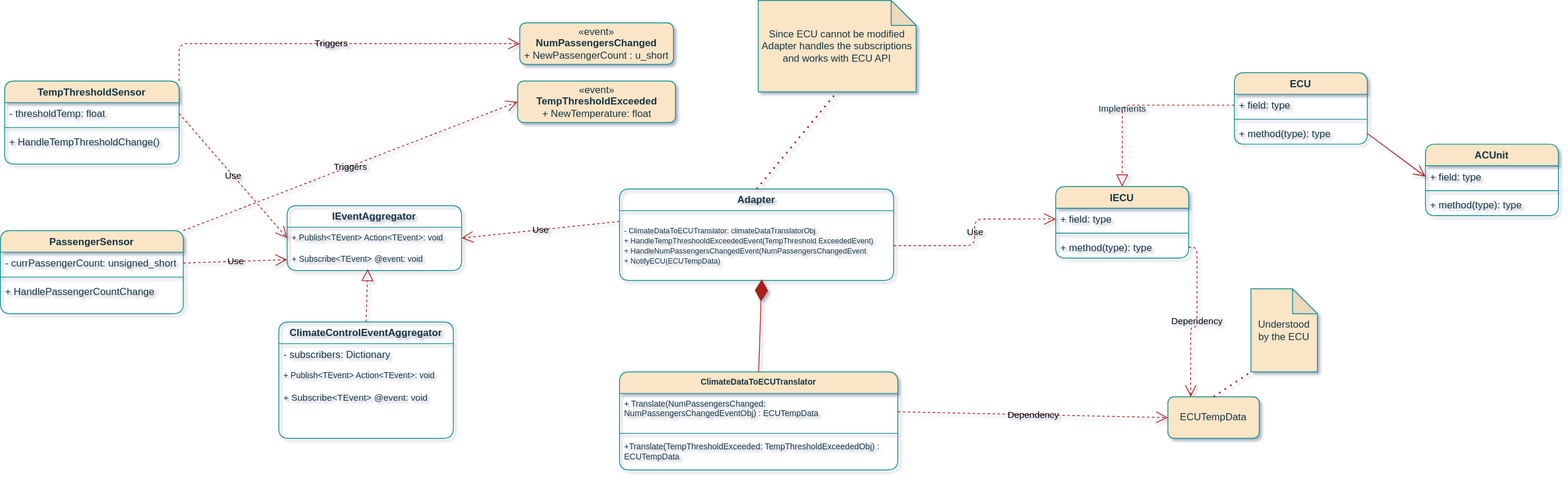
Earlier version of the draw.io export ACCDesignGroup1.drawio.svg (sameert89/AutomaticClimateControlSystem). Source tidied: cells renumbered, new cells last; positions are measured from the earlier drawing's top-left corner, leaving out a move shared by most shapes.
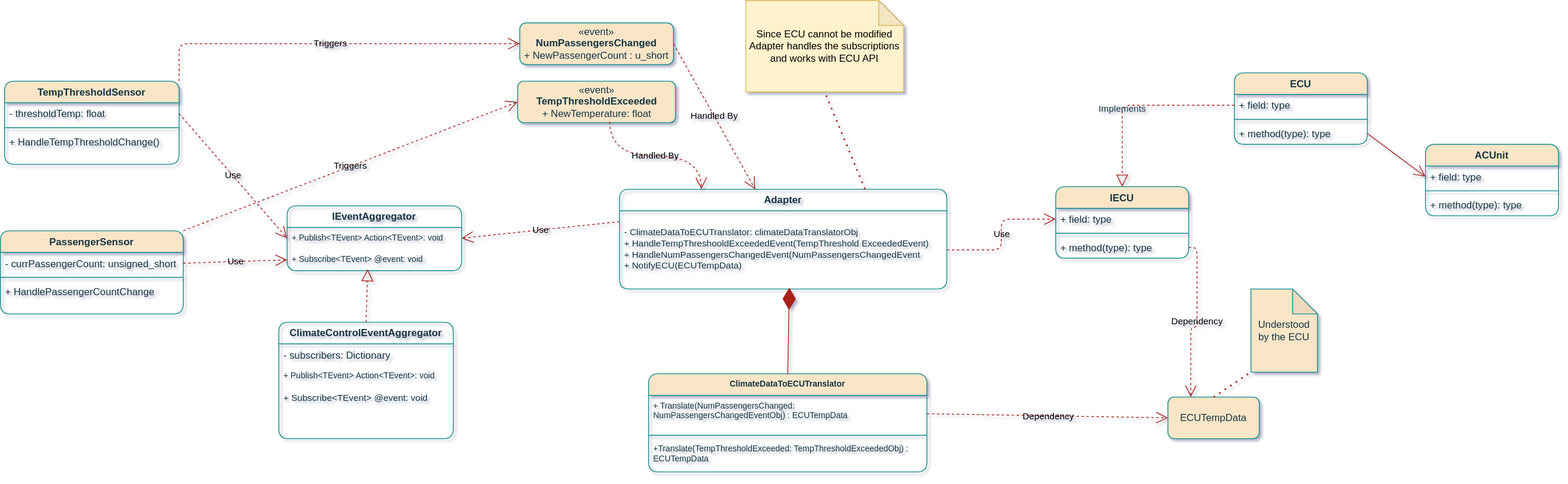
After the commit.

Change to the diagram source:
```diff
@@ -63,24 +63,24 @@
       <mxGeometry relative="1" as="geometry" />
     </mxCell>
     <mxCell id="22" value="&lt;b&gt;Adapter&lt;/b&gt;" style="swimlane;fontStyle=0;horizontal=1;startSize=26;fillColor=none;whiteSpace=wrap;html=1;rounded=1;labelBackgroundColor=none;strokeColor=#0F8B8D;fontColor=#143642;" parent="1" vertex="1">
-      <mxGeometry x="745" y="227" width="330" height="110" as="geometry" />
+      <mxGeometry x="745" y="227" width="394" height="120" as="geometry" />
     </mxCell>
-    <mxCell id="23" value="&lt;font style=&quot;font-size: 9px;&quot;&gt;&lt;br style=&quot;&quot;&gt;- ClimateDataToECUTranslator: climateDataTranslatorObj&lt;br&gt;+ HandleTempThreshooldExceededEvent(TempThreshold ExceededEvent)&lt;br style=&quot;border-color: var(--border-color);&quot;&gt;+ HandleNumPassengersChangedEvent(NumPassengersChangedEvent&lt;br style=&quot;&quot;&gt;+ NotifyECU(ECUTempData)&lt;/font&gt;" style="text;strokeColor=none;fillColor=none;align=left;verticalAlign=top;spacingLeft=4;spacingRight=4;overflow=hidden;points=[[0,0.5],[1,0.5]];portConstraint=eastwest;whiteSpace=wrap;html=1;fontSize=10;rounded=1;labelBackgroundColor=none;fontColor=#143642;" parent="22" vertex="1">
-      <mxGeometry y="26" width="330" height="84" as="geometry" />
+    <mxCell id="23" value="&lt;font style=&quot;font-size: 11px;&quot;&gt;&lt;br style=&quot;&quot;&gt;- ClimateDataToECUTranslator: climateDataTranslatorObj&lt;br&gt;+ HandleTempThreshooldExceededEvent(TempThreshold ExceededEvent)&lt;br style=&quot;border-color: var(--border-color);&quot;&gt;+ HandleNumPassengersChangedEvent(NumPassengersChangedEvent&lt;br style=&quot;&quot;&gt;+ NotifyECU(ECUTempData)&lt;/font&gt;" style="text;strokeColor=none;fillColor=none;align=left;verticalAlign=top;spacingLeft=4;spacingRight=4;overflow=hidden;points=[[0,0.5],[1,0.5]];portConstraint=eastwest;whiteSpace=wrap;html=1;fontSize=10;rounded=1;labelBackgroundColor=none;fontColor=#143642;" parent="22" vertex="1">
+      <mxGeometry y="26" width="394" height="94" as="geometry" />
     </mxCell>
     <mxCell id="24" value="Use" style="endArrow=open;endSize=12;dashed=1;html=1;rounded=1;entryX=1;entryY=0.5;entryDx=0;entryDy=0;exitX=0;exitY=0.5;exitDx=0;exitDy=0;labelBackgroundColor=none;strokeColor=#A8201A;fontColor=default;" parent="1" edge="1" target="13">
       <mxGeometry relative="1" as="geometry">
         <mxPoint x="745" y="266" as="sourcePoint" />
       </mxGeometry>
     </mxCell>
-    <mxCell id="25" value="Since ECU cannot be modified Adapter handles the subscriptions and works with ECU API" style="shape=note;whiteSpace=wrap;html=1;backgroundOutline=1;darkOpacity=0.05;rounded=1;labelBackgroundColor=none;fillColor=#FAE5C7;strokeColor=#0F8B8D;fontColor=#143642;" parent="1" vertex="1">
-      <mxGeometry x="912" width="190" height="110" as="geometry" />
+    <mxCell id="25" value="Since ECU cannot be modified Adapter handles the subscriptions and works with ECU API" style="shape=note;whiteSpace=wrap;html=1;backgroundOutline=1;darkOpacity=0.05;rounded=1;labelBackgroundColor=none;fillColor=#fff2cc;strokeColor=#d6b656;" parent="1" vertex="1">
+      <mxGeometry x="897" width="190" height="110" as="geometry" />
     </mxCell>
-    <mxCell id="26" style="endArrow=none;dashed=1;html=1;dashPattern=1 3;strokeWidth=2;rounded=1;entryX=0.5;entryY=1;entryDx=0;entryDy=0;entryPerimeter=0;exitX=0.5;exitY=0;exitDx=0;exitDy=0;labelBackgroundColor=none;strokeColor=#A8201A;fontColor=default;" parent="1" edge="1" source="22" target="25">
+    <mxCell id="26" style="endArrow=none;dashed=1;html=1;dashPattern=1 3;strokeWidth=2;rounded=1;entryX=0.5;entryY=1;entryDx=0;entryDy=0;entryPerimeter=0;exitX=0.75;exitY=0;exitDx=0;exitDy=0;labelBackgroundColor=none;strokeColor=#A8201A;fontColor=default;" parent="1" edge="1" source="22" target="25">
       <mxGeometry relative="1" as="geometry" />
     </mxCell>
     <mxCell id="27" value="ClimateDataToECUTranslator" style="swimlane;fontStyle=1;align=center;verticalAlign=top;horizontal=1;startSize=26;whiteSpace=wrap;html=1;fontSize=10;rounded=1;labelBackgroundColor=none;fillColor=#FAE5C7;strokeColor=#0F8B8D;fontColor=#143642;" parent="1" vertex="1">
-      <mxGeometry x="745" y="447" width="335" height="118" as="geometry" />
+      <mxGeometry x="780" y="449" width="335" height="118" as="geometry" />
     </mxCell>
     <mxCell id="28" value="+ Translate(NumPassengersChanged: NumPassengersChangedEventObj) : ECUTempData" style="text;strokeColor=none;fillColor=none;align=left;verticalAlign=top;spacingLeft=4;spacingRight=4;overflow=hidden;points=[[0,0.5],[1,0.5]];portConstraint=eastwest;whiteSpace=wrap;html=1;fontSize=10;rounded=1;labelBackgroundColor=none;fontColor=#143642;" parent="27" vertex="1">
       <mxGeometry y="26" width="335" height="44" as="geometry" />
@@ -163,5 +163,11 @@
     <mxCell id="54" value="Triggers" style="endArrow=open;endSize=12;dashed=1;html=1;rounded=1;entryX=0;entryY=0.5;entryDx=0;entryDy=0;exitX=1;exitY=0;exitDx=0;exitDy=0;labelBackgroundColor=none;strokeColor=#A8201A;fontColor=default;" parent="1" edge="1" source="6" target="10">
       <mxGeometry relative="1" as="geometry" />
     </mxCell>
+    <mxCell id="55" value="Handled By" style="endArrow=open;endSize=12;dashed=1;html=1;rounded=1;entryX=0.25;entryY=0;entryDx=0;entryDy=0;exitX=0.583;exitY=0.975;exitDx=0;exitDy=0;labelBackgroundColor=none;strokeColor=#A8201A;fontColor=default;exitPerimeter=0;edgeStyle=orthogonalEdgeStyle;curved=1;" parent="1" edge="1" source="10" target="22">
+      <mxGeometry relative="1" as="geometry" />
+    </mxCell>
+    <mxCell id="56" value="Handled By" style="endArrow=open;endSize=12;dashed=1;html=1;rounded=1;exitX=1;exitY=0.5;exitDx=0;exitDy=0;labelBackgroundColor=none;strokeColor=#A8201A;fontColor=default;" parent="1" edge="1" source="11" target="22">
+      <mxGeometry relative="1" as="geometry" />
+    </mxCell>
   </root>
 </mxGraphModel>
```
